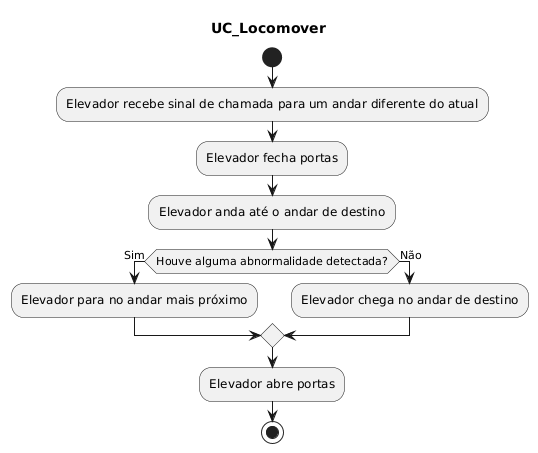
This is resources/img/AtividadeLocomover.png from augustotx/modelagem-de-software, a PlantUML export, as it was before one commit.
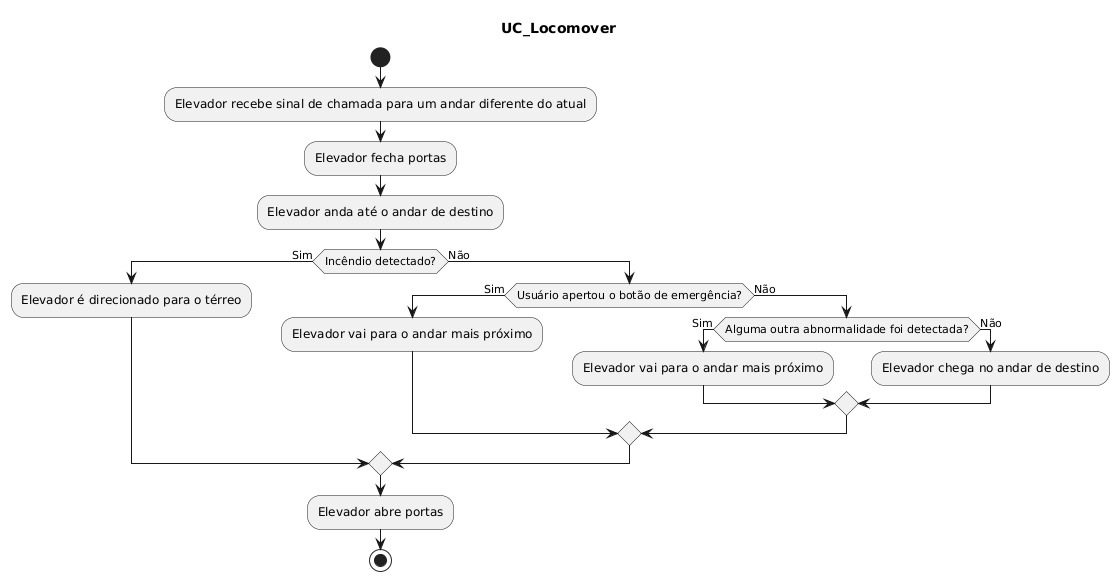
Above is the later version.

Commit message:
Mudança na imagem do diagrama de atividades da uc locomover

The edit, as a diff of the source:
```diff
@@ -4,10 +4,18 @@
 :Elevador recebe sinal de chamada para um andar diferente do atual;
 :Elevador fecha portas;
 :Elevador anda até o andar de destino;
-if (Houve alguma abnormalidade detectada?) then (Sim)
-  :Elevador para no andar mais próximo;
+if (Incêndio detectado?) then (Sim)
+  :Elevador é direcionado para o térreo;
 else (Não)
-  :Elevador chega no andar de destino;
+    if(Usuário apertou o botão de emergência?) then (Sim)
+        :Elevador vai para o andar mais próximo;
+    else(Não)
+        if(Alguma outra abnormalidade foi detectada?) then (Sim)
+            :Elevador vai para o andar mais próximo;
+        else(Não)
+            :Elevador chega no andar de destino;
+endif
+endif
 endif
 :Elevador abre portas;
 stop
```
